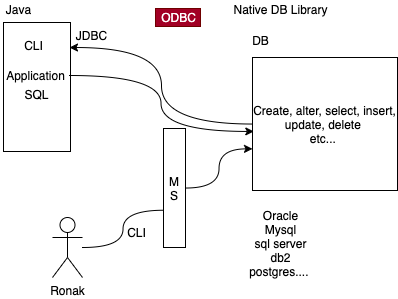
adithnaveen/sapient-freshers-aem-oct-2021 keeps this draw.io diagram as images/day10.drawio.png. Above is the earlier version. Source tidied: cells renumbered, new cells last; positions are measured from the earlier drawing's top-left corner, leaving out a move shared by most shapes.
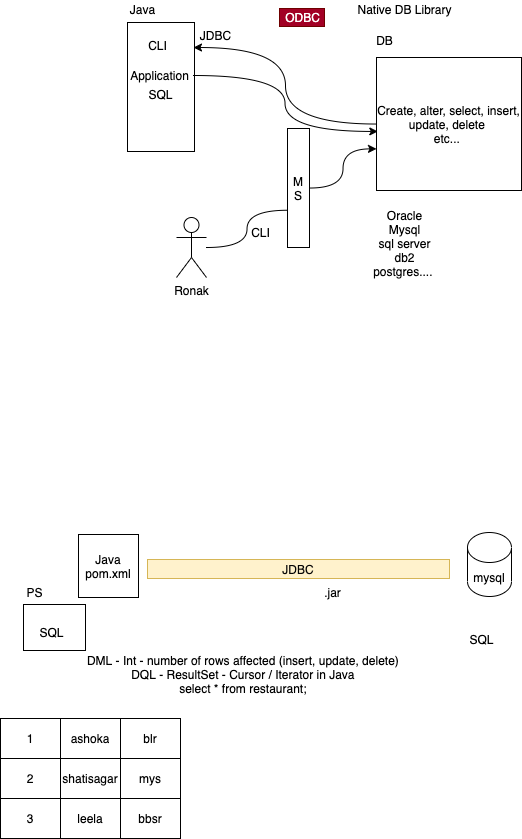
After the commit.

Commit message:
updated jdbc code

Diff of the diagram source:
```diff
@@ -53,5 +53,71 @@
     <mxCell id="18" value="Native DB Library" style="text;html=1;align=center;verticalAlign=middle;strokeColor=none;" parent="1" vertex="1">
       <mxGeometry x="227.5" width="104" height="18" as="geometry" />
     </mxCell>
+    <mxCell id="19" value="mysql" style="shape=cylinder3;whiteSpace=wrap;html=1;boundedLbl=1;backgroundOutline=1;size=15;" parent="1" vertex="1">
+      <mxGeometry x="343" y="532" width="44" height="64" as="geometry" />
+    </mxCell>
+    <mxCell id="20" value="Java&lt;br&gt;pom.xml" style="rounded=0;whiteSpace=wrap;html=1;" parent="1" vertex="1">
+      <mxGeometry x="-46" y="534" width="60" height="63" as="geometry" />
+    </mxCell>
+    <mxCell id="21" value="&lt;font color=&quot;#050505&quot;&gt;JDBC&lt;/font&gt;" style="rounded=0;whiteSpace=wrap;html=1;fillColor=#fff2cc;strokeColor=#d6b656;" parent="1" vertex="1">
+      <mxGeometry x="23" y="559" width="302" height="19" as="geometry" />
+    </mxCell>
+    <mxCell id="22" value=".jar" style="text;html=1;align=center;verticalAlign=middle;strokeColor=none;" parent="1" vertex="1">
+      <mxGeometry x="194" y="583" width="27" height="18" as="geometry" />
+    </mxCell>
+    <mxCell id="23" value="SQL" style="text;html=1;align=center;verticalAlign=middle;strokeColor=none;" parent="1" vertex="1">
+      <mxGeometry x="340" y="630" width="34" height="18" as="geometry" />
+    </mxCell>
+    <mxCell id="24" style="rounded=0;whiteSpace=wrap;html=1;" parent="1" vertex="1">
+      <mxGeometry x="-101" y="604" width="62" height="46" as="geometry" />
+    </mxCell>
+    <mxCell id="25" value="PS" style="text;html=1;align=center;verticalAlign=middle;strokeColor=none;" parent="1" vertex="1">
+      <mxGeometry x="-103" y="583" width="26" height="18" as="geometry" />
+    </mxCell>
+    <mxCell id="26" value="SQL" style="text;html=1;align=center;verticalAlign=middle;strokeColor=none;" parent="1" vertex="1">
+      <mxGeometry x="-90" y="622.5" width="34" height="18" as="geometry" />
+    </mxCell>
+    <mxCell id="27" value="DML - Int - number of rows affected (insert, update, delete)&amp;nbsp;&lt;br&gt;DQL - ResultSet - Cursor / Iterator in Java&amp;nbsp;&lt;br&gt;select * from restaurant;&amp;nbsp;" style="text;html=1;align=center;verticalAlign=middle;strokeColor=none;" parent="1" vertex="1">
+      <mxGeometry x="-43" y="651" width="325" height="46" as="geometry" />
+    </mxCell>
+    <mxCell id="28" style="shape=table;html=1;whiteSpace=wrap;startSize=0;" parent="1" vertex="1">
+      <mxGeometry x="-124" y="718" width="180" height="120" as="geometry" />
+    </mxCell>
+    <mxCell id="29" style="shape=partialRectangle;html=1;whiteSpace=wrap;fillColor=none;top=0;left=0;bottom=0;right=0;" parent="28" vertex="1">
+      <mxGeometry width="180" height="40" as="geometry" />
+    </mxCell>
+    <mxCell id="30" value="1" style="shape=partialRectangle;html=1;whiteSpace=wrap;fillColor=none;top=0;left=0;bottom=0;right=0;overflow=hidden;" parent="29" vertex="1">
+      <mxGeometry width="60" height="40" as="geometry" />
+    </mxCell>
+    <mxCell id="31" value="ashoka" style="shape=partialRectangle;html=1;whiteSpace=wrap;fillColor=none;top=0;left=0;bottom=0;right=0;overflow=hidden;" parent="29" vertex="1">
+      <mxGeometry x="60" width="60" height="40" as="geometry" />
+    </mxCell>
+    <mxCell id="32" value="blr" style="shape=partialRectangle;html=1;whiteSpace=wrap;fillColor=none;top=0;left=0;bottom=0;right=0;overflow=hidden;" parent="29" vertex="1">
+      <mxGeometry x="120" width="60" height="40" as="geometry" />
+    </mxCell>
+    <mxCell id="33" style="shape=partialRectangle;html=1;whiteSpace=wrap;fillColor=none;top=0;left=0;bottom=0;right=0;" parent="28" vertex="1">
+      <mxGeometry y="40" width="180" height="40" as="geometry" />
+    </mxCell>
+    <mxCell id="34" value="2" style="shape=partialRectangle;html=1;whiteSpace=wrap;fillColor=none;top=0;left=0;bottom=0;right=0;overflow=hidden;" parent="33" vertex="1">
+      <mxGeometry width="60" height="40" as="geometry" />
+    </mxCell>
+    <mxCell id="35" value="shatisagar" style="shape=partialRectangle;html=1;whiteSpace=wrap;fillColor=none;top=0;left=0;bottom=0;right=0;overflow=hidden;" parent="33" vertex="1">
+      <mxGeometry x="60" width="60" height="40" as="geometry" />
+    </mxCell>
+    <mxCell id="36" value="mys" style="shape=partialRectangle;html=1;whiteSpace=wrap;fillColor=none;top=0;left=0;bottom=0;right=0;overflow=hidden;" parent="33" vertex="1">
+      <mxGeometry x="120" width="60" height="40" as="geometry" />
+    </mxCell>
+    <mxCell id="37" style="shape=partialRectangle;html=1;whiteSpace=wrap;fillColor=none;top=0;left=0;bottom=0;right=0;" parent="28" vertex="1">
+      <mxGeometry y="80" width="180" height="40" as="geometry" />
+    </mxCell>
+    <mxCell id="38" value="3" style="shape=partialRectangle;html=1;whiteSpace=wrap;fillColor=none;top=0;left=0;bottom=0;right=0;overflow=hidden;" parent="37" vertex="1">
+      <mxGeometry width="60" height="40" as="geometry" />
+    </mxCell>
+    <mxCell id="39" value="leela" style="shape=partialRectangle;html=1;whiteSpace=wrap;fillColor=none;top=0;left=0;bottom=0;right=0;overflow=hidden;" parent="37" vertex="1">
+      <mxGeometry x="60" width="60" height="40" as="geometry" />
+    </mxCell>
+    <mxCell id="40" value="bbsr" style="shape=partialRectangle;html=1;whiteSpace=wrap;fillColor=none;top=0;left=0;bottom=0;right=0;overflow=hidden;" parent="37" vertex="1">
+      <mxGeometry x="120" width="60" height="40" as="geometry" />
+    </mxCell>
   </root>
 </mxGraphModel>
```
